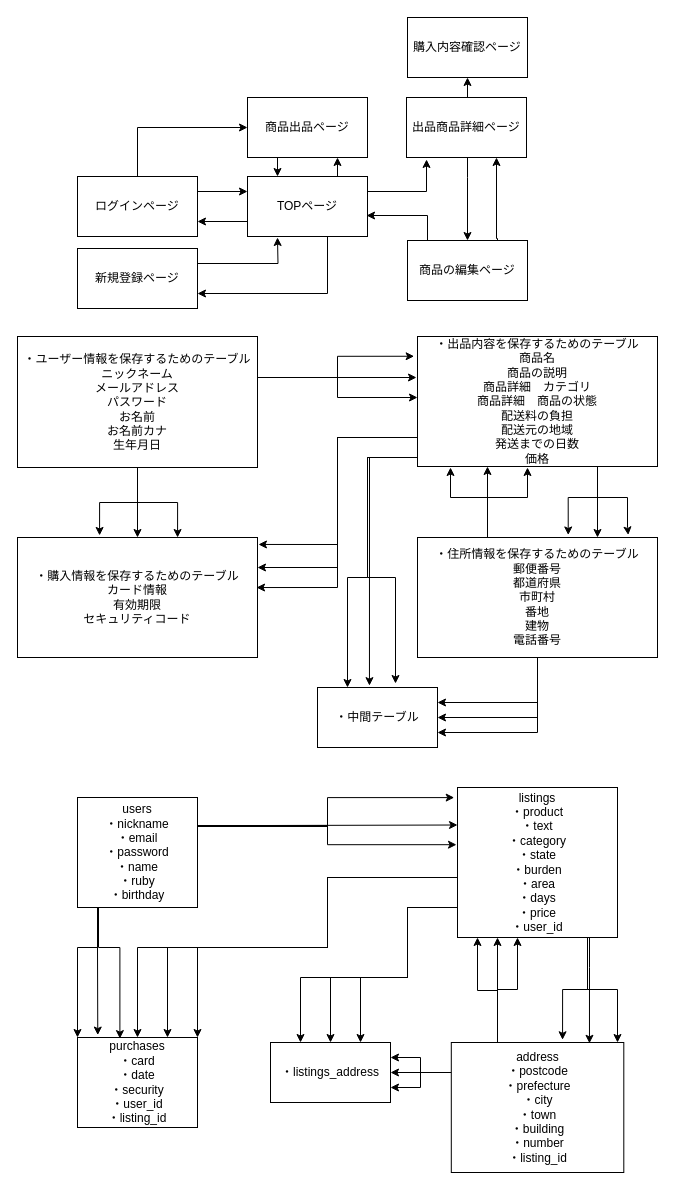
mizuki1305/furima-29614 keeps this draw.io diagram as furima.dio. Above is the earlier version. Source tidied: cells renumbered, new cells numbered last; positions are measured from the earlier drawing's top-left corner, leaving out a move shared by most shapes. Both pictures are drawn from the tidied source at 100%, with x=0, y=0 at pixel (17, 17).
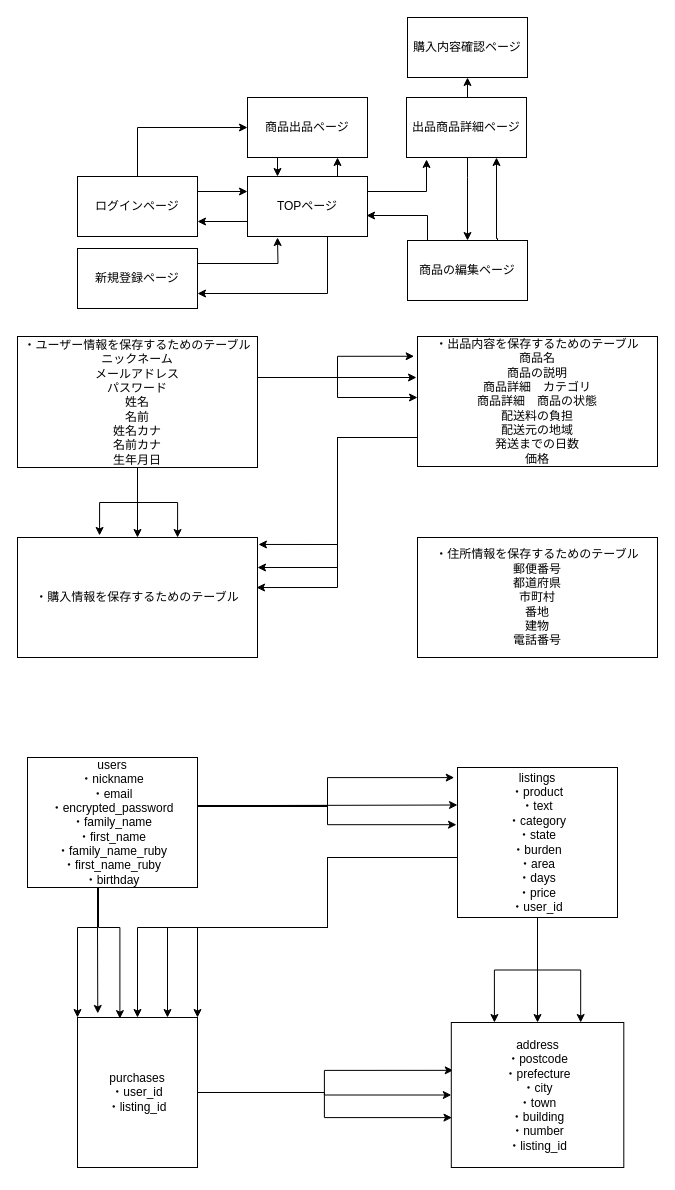
Above is the later version.

Commit message (it also covers changes not shown here):
テーブル設計（修正2）

The change refers to these unchanged cells:
```xml
<mxCell id="37" value="・出品内容を保存するためのテーブル&lt;br&gt;商品名&lt;br&gt;商品の説明&lt;br&gt;商品詳細　カテゴリ&lt;br&gt;商品詳細　商品の状態&lt;br&gt;配送料の負担&lt;br&gt;配送元の地域&lt;br&gt;発送までの日数&lt;br&gt;価格" style="whiteSpace=wrap;html=1;" parent="1" vertex="1">
  <mxGeometry x="400" y="319" width="240" height="130" as="geometry" />
</mxCell>
<mxCell id="70" value="・住所情報を保存するためのテーブル&lt;br&gt;郵便番号&lt;br&gt;都道府県&lt;br&gt;市町村&lt;br&gt;番地&lt;br&gt;建物&lt;br&gt;電話番号" style="whiteSpace=wrap;html=1;" parent="1" vertex="1">
  <mxGeometry x="400" y="520" width="240" height="120" as="geometry" />
</mxCell>
```

The edit, as a diff of the source:
```diff
@@
-    <mxCell id="27" value="・ユーザー情報を保存するためのテーブル&lt;br&gt;ニックネーム&lt;br&gt;メールアドレス&lt;br&gt;パスワード&lt;br&gt;お名前&lt;br&gt;お名前カナ&lt;br&gt;生年月日" style="whiteSpace=wrap;html=1;" parent="1" vertex="1">
+    <mxCell id="27" value="・ユーザー情報を保存するためのテーブル&lt;br&gt;ニックネーム&lt;br&gt;メールアドレス&lt;br&gt;パスワード&lt;br&gt;姓名&lt;br&gt;名前&lt;br&gt;姓名カナ&lt;br&gt;名前カナ&lt;br&gt;生年月日" style="whiteSpace=wrap;html=1;" parent="1" vertex="1">
       <mxGeometry y="319" width="240" height="131" as="geometry" />
     </mxCell>
@@
-    <mxCell id="31" style="edgeStyle=orthogonalEdgeStyle;rounded=0;jettySize=auto;html=1;entryX=0.75;entryY=0;entryDx=0;entryDy=0;" parent="1" edge="1" source="37" target="70">
-      <mxGeometry relative="1" as="geometry">
-        <Array as="points">
-          <mxPoint x="580" y="460" />
-          <mxPoint x="580" y="460" />
-        </Array>
-      </mxGeometry>
-    </mxCell>
-    <mxCell id="32" style="edgeStyle=orthogonalEdgeStyle;rounded=0;jettySize=auto;html=1;entryX=0.878;entryY=-0.021;entryDx=0;entryDy=0;entryPerimeter=0;" parent="1" edge="1" source="37" target="70">
-      <mxGeometry relative="1" as="geometry">
-        <Array as="points">
-          <mxPoint x="580" y="480" />
-          <mxPoint x="610" y="480" />
-          <mxPoint x="610" y="510" />
-        </Array>
-      </mxGeometry>
-    </mxCell>
-    <mxCell id="33" style="edgeStyle=orthogonalEdgeStyle;rounded=0;jettySize=auto;html=1;entryX=0.628;entryY=-0.021;entryDx=0;entryDy=0;entryPerimeter=0;" parent="1" edge="1" source="37" target="70">
-      <mxGeometry relative="1" as="geometry">
-        <Array as="points">
-          <mxPoint x="580" y="480" />
-          <mxPoint x="551" y="480" />
-        </Array>
-      </mxGeometry>
-    </mxCell>
-    <mxCell id="34" style="edgeStyle=orthogonalEdgeStyle;rounded=0;jettySize=auto;html=1;entryX=0.433;entryY=-0.031;entryDx=0;entryDy=0;entryPerimeter=0;" parent="1" edge="1" source="37" target="71">
-      <mxGeometry relative="1" as="geometry">
-        <Array as="points">
-          <mxPoint x="352" y="440" />
-        </Array>
-      </mxGeometry>
-    </mxCell>
-    <mxCell id="35" style="edgeStyle=orthogonalEdgeStyle;rounded=0;jettySize=auto;html=1;" parent="1" edge="1" source="37">
-      <mxGeometry relative="1" as="geometry">
-        <mxPoint x="378" y="666" as="targetPoint" />
-        <Array as="points">
-          <mxPoint x="350" y="440" />
-          <mxPoint x="350" y="560" />
-          <mxPoint x="378" y="560" />
-        </Array>
-      </mxGeometry>
-    </mxCell>
-    <mxCell id="36" style="edgeStyle=orthogonalEdgeStyle;rounded=0;jettySize=auto;html=1;entryX=0.25;entryY=0;entryDx=0;entryDy=0;" parent="1" edge="1" source="37" target="71">
-      <mxGeometry relative="1" as="geometry">
-        <Array as="points">
-          <mxPoint x="350" y="440" />
-          <mxPoint x="350" y="560" />
-          <mxPoint x="330" y="560" />
-        </Array>
-      </mxGeometry>
-    </mxCell>
@@
-    <mxCell id="38" value="・購入情報を保存するためのテーブル&lt;br&gt;カード情報&lt;br&gt;有効期限&lt;br&gt;セキュリティコード" style="whiteSpace=wrap;html=1;" parent="1" vertex="1">
+    <mxCell id="38" value="・購入情報を保存するためのテーブル" style="whiteSpace=wrap;html=1;" parent="1" vertex="1">
       <mxGeometry y="520" width="240" height="120" as="geometry" />
     </mxCell>
     <mxCell id="39" style="edgeStyle=orthogonalEdgeStyle;rounded=0;orthogonalLoop=1;jettySize=auto;html=1;entryX=-0.03;entryY=0.074;entryDx=0;entryDy=0;entryPerimeter=0;" parent="1" edge="1">
       <mxGeometry relative="1" as="geometry">
-        <mxPoint x="180" y="809" as="sourcePoint" />
-        <mxPoint x="436.7" y="780.1" as="targetPoint" />
+        <mxPoint x="180" y="789" as="sourcePoint" />
+        <mxPoint x="436.7" y="760.1" as="targetPoint" />
         <Array as="points">
-          <mxPoint x="310" y="809" />
-          <mxPoint x="310" y="780" />
+          <mxPoint x="310" y="789" />
+          <mxPoint x="310" y="760" />
         </Array>
       </mxGeometry>
     </mxCell>
     <mxCell id="40" style="edgeStyle=orthogonalEdgeStyle;rounded=0;jettySize=auto;html=1;entryX=0;entryY=0.25;entryDx=0;entryDy=0;" parent="1" edge="1" source="45" target="55">
       <mxGeometry relative="1" as="geometry">
         <Array as="points">
-          <mxPoint x="250" y="808" />
-          <mxPoint x="250" y="808" />
+          <mxPoint x="250" y="788" />
+          <mxPoint x="250" y="788" />
         </Array>
       </mxGeometry>
     </mxCell>
     <mxCell id="41" style="edgeStyle=orthogonalEdgeStyle;rounded=0;orthogonalLoop=1;jettySize=auto;html=1;entryX=-0.009;entryY=0.395;entryDx=0;entryDy=0;entryPerimeter=0;" parent="1" edge="1">
       <mxGeometry relative="1" as="geometry">
-        <mxPoint x="180" y="808" as="sourcePoint" />
-        <mxPoint x="439" y="827.2" as="targetPoint" />
+        <mxPoint x="180" y="788" as="sourcePoint" />
+        <mxPoint x="439" y="807.2" as="targetPoint" />
         <Array as="points">
-          <mxPoint x="310" y="808" />
-          <mxPoint x="310" y="827" />
+          <mxPoint x="310" y="788" />
+          <mxPoint x="310" y="807" />
         </Array>
       </mxGeometry>
     </mxCell>
     <mxCell id="42" style="edgeStyle=orthogonalEdgeStyle;rounded=0;jettySize=auto;html=1;entryX=0;entryY=0;entryDx=0;entryDy=0;" parent="1" edge="1" source="45" target="56">
       <mxGeometry relative="1" as="geometry">
         <Array as="points">
-          <mxPoint x="80" y="930" />
-          <mxPoint x="60" y="930" />
+          <mxPoint x="80" y="910" />
+          <mxPoint x="60" y="910" />
         </Array>
       </mxGeometry>
     </mxCell>
     <mxCell id="43" style="edgeStyle=orthogonalEdgeStyle;rounded=0;orthogonalLoop=1;jettySize=auto;html=1;entryX=0.345;entryY=0.012;entryDx=0;entryDy=0;entryPerimeter=0;" parent="1" edge="1">
       <mxGeometry relative="1" as="geometry">
-        <mxPoint x="81" y="890" as="sourcePoint" />
-        <mxPoint x="102.4" y="1021.1" as="targetPoint" />
+        <mxPoint x="81" y="870" as="sourcePoint" />
+        <mxPoint x="102.4" y="1001.1" as="targetPoint" />
         <Array as="points">
-          <mxPoint x="81" y="930" />
-          <mxPoint x="102" y="930" />
+          <mxPoint x="81" y="910" />
+          <mxPoint x="102" y="910" />
         </Array>
       </mxGeometry>
     </mxCell>
     <mxCell id="44" style="edgeStyle=orthogonalEdgeStyle;rounded=0;jettySize=auto;html=1;entryX=0.169;entryY=-0.027;entryDx=0;entryDy=0;entryPerimeter=0;" parent="1" edge="1" source="45" target="56">
       <mxGeometry relative="1" as="geometry">
         <Array as="points">
-          <mxPoint x="80" y="930" />
-          <mxPoint x="80" y="930" />
+          <mxPoint x="80" y="910" />
+          <mxPoint x="80" y="910" />
         </Array>
       </mxGeometry>
     </mxCell>
-    <mxCell id="45" value="users&lt;br&gt;・nickname&lt;br&gt;・email&lt;br&gt;・password&lt;br&gt;・name&lt;br&gt;・ruby&lt;br&gt;・birthday" style="whiteSpace=wrap;html=1;" parent="1" vertex="1">
-      <mxGeometry x="60" y="780" width="120" height="110" as="geometry" />
+    <mxCell id="45" value="users&lt;br&gt;・nickname&lt;br&gt;・email&lt;br&gt;・encrypted_password&lt;br&gt;・family_name&lt;br&gt;・first_name&lt;br&gt;・family_name_ruby&lt;br&gt;・first_name_ruby&lt;br&gt;・birthday" style="whiteSpace=wrap;html=1;" parent="1" vertex="1">
+      <mxGeometry x="10" y="740" width="170" height="130" as="geometry" />
     </mxCell>
     <mxCell id="46" style="edgeStyle=orthogonalEdgeStyle;rounded=0;jettySize=auto;html=1;entryX=0.5;entryY=0;entryDx=0;entryDy=0;" parent="1" edge="1" source="55" target="56">
       <mxGeometry relative="1" as="geometry">
         <Array as="points">
-          <mxPoint x="310" y="860" />
-          <mxPoint x="310" y="930" />
-          <mxPoint x="120" y="930" />
+          <mxPoint x="310" y="840" />
+          <mxPoint x="310" y="910" />
+          <mxPoint x="120" y="910" />
         </Array>
       </mxGeometry>
     </mxCell>
     <mxCell id="47" style="edgeStyle=orthogonalEdgeStyle;rounded=0;jettySize=auto;html=1;entryX=0.75;entryY=0;entryDx=0;entryDy=0;" parent="1" edge="1" source="55" target="56">
       <mxGeometry relative="1" as="geometry">
         <Array as="points">
-          <mxPoint x="310" y="860" />
-          <mxPoint x="310" y="930" />
-          <mxPoint x="150" y="930" />
+          <mxPoint x="310" y="840" />
+          <mxPoint x="310" y="910" />
+          <mxPoint x="150" y="910" />
         </Array>
       </mxGeometry>
     </mxCell>
     <mxCell id="48" style="edgeStyle=orthogonalEdgeStyle;rounded=0;jettySize=auto;html=1;entryX=1;entryY=0;entryDx=0;entryDy=0;" parent="1" edge="1" source="55" target="56">
       <mxGeometry relative="1" as="geometry">
         <Array as="points">
-          <mxPoint x="310" y="860" />
-          <mxPoint x="310" y="930" />
-          <mxPoint x="180" y="930" />
+          <mxPoint x="310" y="840" />
+          <mxPoint x="310" y="910" />
+          <mxPoint x="180" y="910" />
         </Array>
       </mxGeometry>
     </mxCell>
-    <mxCell id="49" style="edgeStyle=orthogonalEdgeStyle;rounded=0;jettySize=auto;html=1;entryX=0.5;entryY=0;entryDx=0;entryDy=0;" parent="1" edge="1" source="55" target="72">
-      <mxGeometry relative="1" as="geometry">
-        <Array as="points">
-          <mxPoint x="390" y="890" />
-          <mxPoint x="390" y="960" />
-          <mxPoint x="313" y="960" />
-        </Array>
-      </mxGeometry>
-    </mxCell>
-    <mxCell id="50" style="edgeStyle=orthogonalEdgeStyle;rounded=0;jettySize=auto;html=1;entryX=0.25;entryY=0;entryDx=0;entryDy=0;" parent="1" edge="1" source="55" target="72">
-      <mxGeometry relative="1" as="geometry">
-        <Array as="points">
-          <mxPoint x="390" y="890" />
-          <mxPoint x="390" y="960" />
-          <mxPoint x="283" y="960" />
-        </Array>
-      </mxGeometry>
-    </mxCell>
-    <mxCell id="51" style="edgeStyle=orthogonalEdgeStyle;rounded=0;jettySize=auto;html=1;entryX=0.75;entryY=0;entryDx=0;entryDy=0;" parent="1" edge="1" source="55" target="72">
-      <mxGeometry relative="1" as="geometry">
-        <Array as="points">
-          <mxPoint x="390" y="890" />
-          <mxPoint x="390" y="960" />
-          <mxPoint x="343" y="960" />
-        </Array>
-      </mxGeometry>
-    </mxCell>
-    <mxCell id="52" style="edgeStyle=orthogonalEdgeStyle;rounded=0;jettySize=auto;html=1;" parent="1" edge="1" source="55">
-      <mxGeometry relative="1" as="geometry">
-        <mxPoint x="600" y="1025" as="targetPoint" />
-        <Array as="points">
-          <mxPoint x="570" y="972" />
-          <mxPoint x="600" y="972" />
-          <mxPoint x="600" y="1025" />
-        </Array>
-      </mxGeometry>
-    </mxCell>
-    <mxCell id="53" style="edgeStyle=orthogonalEdgeStyle;rounded=0;jettySize=auto;html=1;entryX=0.801;entryY=0.006;entryDx=0;entryDy=0;entryPerimeter=0;" parent="1" edge="1" source="55" target="63">
-      <mxGeometry relative="1" as="geometry">
-        <Array as="points">
-          <mxPoint x="572" y="950" />
-          <mxPoint x="572" y="950" />
-        </Array>
-      </mxGeometry>
-    </mxCell>
-    <mxCell id="54" style="edgeStyle=orthogonalEdgeStyle;rounded=0;jettySize=auto;html=1;entryX=0.645;entryY=-0.021;entryDx=0;entryDy=0;entryPerimeter=0;" parent="1" edge="1" source="55" target="63">
-      <mxGeometry relative="1" as="geometry">
-        <Array as="points">
-          <mxPoint x="570" y="972" />
-          <mxPoint x="545" y="972" />
-        </Array>
-      </mxGeometry>
-    </mxCell>
+    <mxCell id="73" style="edgeStyle=orthogonalEdgeStyle;rounded=0;jettySize=auto;html=1;entryX=0.5;entryY=0;entryDx=0;entryDy=0;" parent="1" edge="1" source="55" target="63">
+      <mxGeometry relative="1" as="geometry" />
+    </mxCell>
+    <mxCell id="74" style="edgeStyle=orthogonalEdgeStyle;rounded=0;jettySize=auto;html=1;entryX=0.75;entryY=0;entryDx=0;entryDy=0;" parent="1" edge="1" source="55" target="63">
+      <mxGeometry relative="1" as="geometry" />
+    </mxCell>
+    <mxCell id="75" style="edgeStyle=orthogonalEdgeStyle;rounded=0;jettySize=auto;html=1;entryX=0.25;entryY=0;entryDx=0;entryDy=0;" parent="1" edge="1" source="55" target="63">
+      <mxGeometry relative="1" as="geometry" />
+    </mxCell>
     <mxCell id="55" value="listings&lt;br&gt;・product&lt;br&gt;・text&lt;br&gt;・category&lt;br&gt;・state&lt;br&gt;・burden&lt;br&gt;・area&lt;br&gt;・days&lt;br&gt;・price&lt;br&gt;・user_id" style="whiteSpace=wrap;html=1;" parent="1" vertex="1">
-      <mxGeometry x="440" y="770" width="160" height="150" as="geometry" />
+      <mxGeometry x="440" y="750" width="160" height="150" as="geometry" />
     </mxCell>
+    <mxCell id="76" style="edgeStyle=orthogonalEdgeStyle;rounded=0;jettySize=auto;html=1;exitX=1;exitY=0.5;exitDx=0;exitDy=0;entryX=0;entryY=0.5;entryDx=0;entryDy=0;" parent="1" edge="1" source="56" target="63">
+      <mxGeometry relative="1" as="geometry" />
+    </mxCell>
+    <mxCell id="77" style="edgeStyle=orthogonalEdgeStyle;rounded=0;jettySize=auto;html=1;entryX=0.011;entryY=0.33;entryDx=0;entryDy=0;entryPerimeter=0;" parent="1" edge="1" source="56" target="63">
+      <mxGeometry relative="1" as="geometry" />
+    </mxCell>
+    <mxCell id="78" style="edgeStyle=orthogonalEdgeStyle;rounded=0;jettySize=auto;html=1;entryX=0.004;entryY=0.656;entryDx=0;entryDy=0;entryPerimeter=0;" parent="1" edge="1" source="56" target="63">
+      <mxGeometry relative="1" as="geometry" />
+    </mxCell>
-    <mxCell id="56" value="purchases&lt;br&gt;・card&lt;br&gt;・date&lt;br&gt;・security&lt;br&gt;・user_id&lt;br&gt;・listing_id" style="whiteSpace=wrap;html=1;" parent="1" vertex="1">
-      <mxGeometry x="60" y="1020" width="120" height="90" as="geometry" />
+    <mxCell id="56" value="purchases&lt;br&gt;・user_id&lt;br&gt;・listing_id" style="whiteSpace=wrap;html=1;" parent="1" vertex="1">
+      <mxGeometry x="60" y="1000" width="120" height="150" as="geometry" />
     </mxCell>
-    <mxCell id="57" style="edgeStyle=orthogonalEdgeStyle;rounded=0;jettySize=auto;html=1;entryX=0.25;entryY=1;entryDx=0;entryDy=0;" parent="1" edge="1" source="63" target="55">
-      <mxGeometry relative="1" as="geometry">
-        <Array as="points">
-          <mxPoint x="480" y="1000" />
-          <mxPoint x="480" y="1000" />
-        </Array>
-      </mxGeometry>
-    </mxCell>
-    <mxCell id="58" style="edgeStyle=orthogonalEdgeStyle;rounded=0;jettySize=auto;html=1;entryX=0.375;entryY=1;entryDx=0;entryDy=0;entryPerimeter=0;" parent="1" edge="1" source="63" target="55">
-      <mxGeometry relative="1" as="geometry">
-        <Array as="points">
-          <mxPoint x="480" y="972" />
-          <mxPoint x="500" y="972" />
-        </Array>
-      </mxGeometry>
-    </mxCell>
-    <mxCell id="59" style="edgeStyle=orthogonalEdgeStyle;rounded=0;jettySize=auto;html=1;" parent="1" edge="1" source="63" target="55">
-      <mxGeometry relative="1" as="geometry">
-        <Array as="points">
-          <mxPoint x="480" y="973" />
-          <mxPoint x="460" y="973" />
-        </Array>
-      </mxGeometry>
-    </mxCell>
-    <mxCell id="60" style="edgeStyle=orthogonalEdgeStyle;rounded=0;jettySize=auto;html=1;entryX=1;entryY=0.5;entryDx=0;entryDy=0;" parent="1" edge="1" source="63" target="72">
-      <mxGeometry relative="1" as="geometry">
-        <Array as="points">
-          <mxPoint x="420" y="1055" />
-          <mxPoint x="420" y="1055" />
-        </Array>
-      </mxGeometry>
-    </mxCell>
-    <mxCell id="61" style="edgeStyle=orthogonalEdgeStyle;rounded=0;jettySize=auto;html=1;entryX=1;entryY=0.75;entryDx=0;entryDy=0;" parent="1" edge="1" source="63" target="72">
-      <mxGeometry relative="1" as="geometry">
-        <Array as="points">
-          <mxPoint x="403" y="1055" />
-          <mxPoint x="403" y="1070" />
-        </Array>
-      </mxGeometry>
-    </mxCell>
-    <mxCell id="62" style="edgeStyle=orthogonalEdgeStyle;rounded=0;jettySize=auto;html=1;entryX=1;entryY=0.25;entryDx=0;entryDy=0;" parent="1" edge="1" source="63" target="72">
-      <mxGeometry relative="1" as="geometry">
-        <Array as="points">
-          <mxPoint x="403" y="1055" />
-          <mxPoint x="403" y="1040" />
-        </Array>
-      </mxGeometry>
-    </mxCell>
     <mxCell id="63" value="address&lt;br&gt;・postcode&lt;br&gt;・prefecture&lt;br&gt;・city&lt;br&gt;・town&lt;br&gt;・building&lt;br&gt;・number&lt;br&gt;・listing_id" style="whiteSpace=wrap;html=1;" parent="1" vertex="1">
-      <mxGeometry x="433.8" y="1025" width="172.5" height="130" as="geometry" />
+      <mxGeometry x="433.8" y="1005" width="172.5" height="145" as="geometry" />
     </mxCell>
-    <mxCell id="64" style="edgeStyle=orthogonalEdgeStyle;rounded=0;jettySize=auto;html=1;" parent="1" edge="1" source="70" target="37">
-      <mxGeometry relative="1" as="geometry">
-        <Array as="points">
-          <mxPoint x="470" y="490" />
-          <mxPoint x="470" y="490" />
-        </Array>
-      </mxGeometry>
-    </mxCell>
-    <mxCell id="65" style="edgeStyle=orthogonalEdgeStyle;rounded=0;jettySize=auto;html=1;" parent="1" edge="1" source="70">
-      <mxGeometry relative="1" as="geometry">
-        <mxPoint x="433" y="450" as="targetPoint" />
-        <Array as="points">
-          <mxPoint x="470" y="480" />
-          <mxPoint x="433" y="480" />
-        </Array>
-      </mxGeometry>
-    </mxCell>
-    <mxCell id="66" style="edgeStyle=orthogonalEdgeStyle;rounded=0;jettySize=auto;html=1;" parent="1" edge="1" source="70">
-      <mxGeometry relative="1" as="geometry">
-        <mxPoint x="510" y="450" as="targetPoint" />
-        <Array as="points">
-          <mxPoint x="470" y="480" />
-          <mxPoint x="510" y="480" />
-        </Array>
-      </mxGeometry>
-    </mxCell>
-    <mxCell id="67" style="edgeStyle=orthogonalEdgeStyle;rounded=0;jettySize=auto;html=1;entryX=1;entryY=0.5;entryDx=0;entryDy=0;" parent="1" edge="1" source="70" target="71">
-      <mxGeometry relative="1" as="geometry" />
-    </mxCell>
-    <mxCell id="68" style="edgeStyle=orthogonalEdgeStyle;rounded=0;jettySize=auto;html=1;entryX=1;entryY=0.25;entryDx=0;entryDy=0;" parent="1" edge="1" source="70" target="71">
-      <mxGeometry relative="1" as="geometry" />
-    </mxCell>
-    <mxCell id="69" style="edgeStyle=orthogonalEdgeStyle;rounded=0;jettySize=auto;html=1;entryX=1;entryY=0.75;entryDx=0;entryDy=0;" parent="1" edge="1" source="70" target="71">
-      <mxGeometry relative="1" as="geometry" />
-    </mxCell>
@@
-    <mxCell id="71" value="・中間テーブル" style="whiteSpace=wrap;html=1;" parent="1" vertex="1">
-      <mxGeometry x="300" y="670" width="120" height="60" as="geometry" />
-    </mxCell>
-    <mxCell id="72" value="・listings_address" style="whiteSpace=wrap;html=1;" parent="1" vertex="1">
-      <mxGeometry x="253" y="1025" width="120" height="60" as="geometry" />
-    </mxCell>
```
